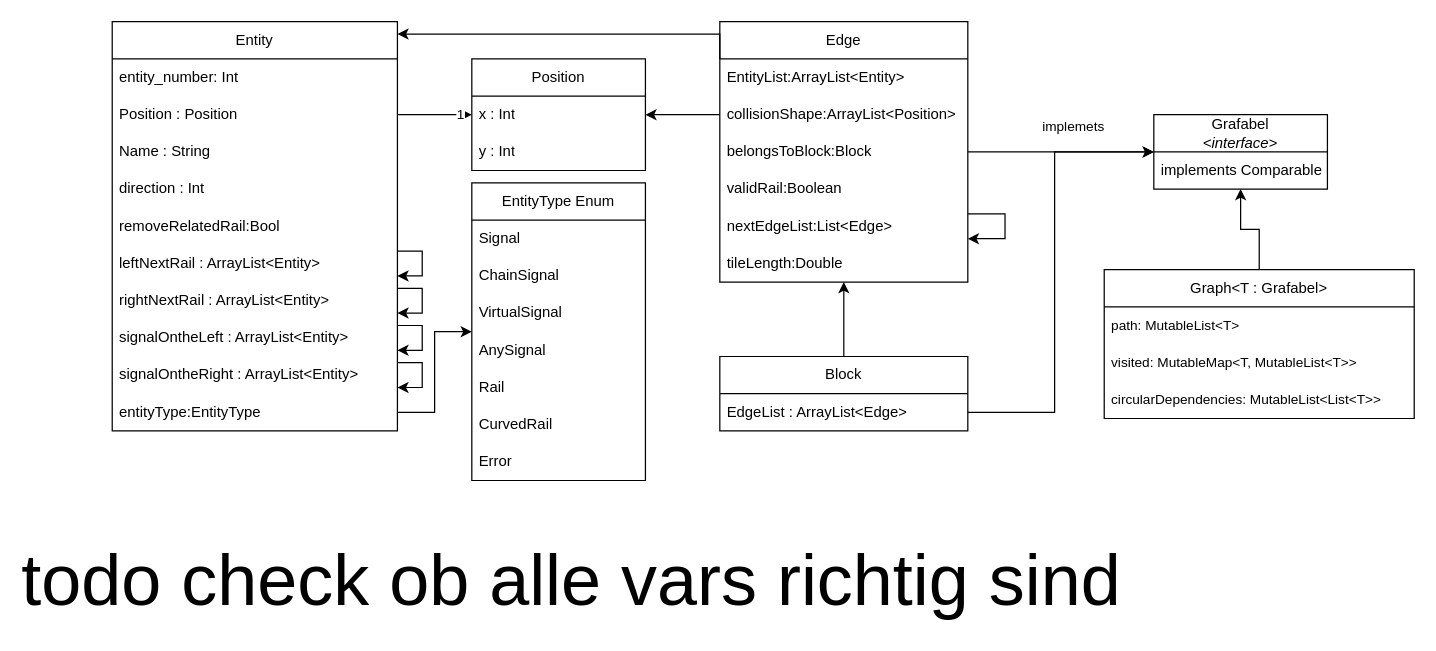
Earlier version of the draw.io diagram page "unsereDatenModel" (2 of 8) of src/main/factorioRailAnalyiserDiagrams.drawio (SanderForGodot/FactorioRailAnalyzer). Source tidied: cells renumbered, new cells numbered last; positions are measured from the earlier drawing's top-left corner, leaving out a move shared by most shapes. Both pictures are drawn from the tidied source at 124%, with x=0, y=0 at pixel (112, 21).
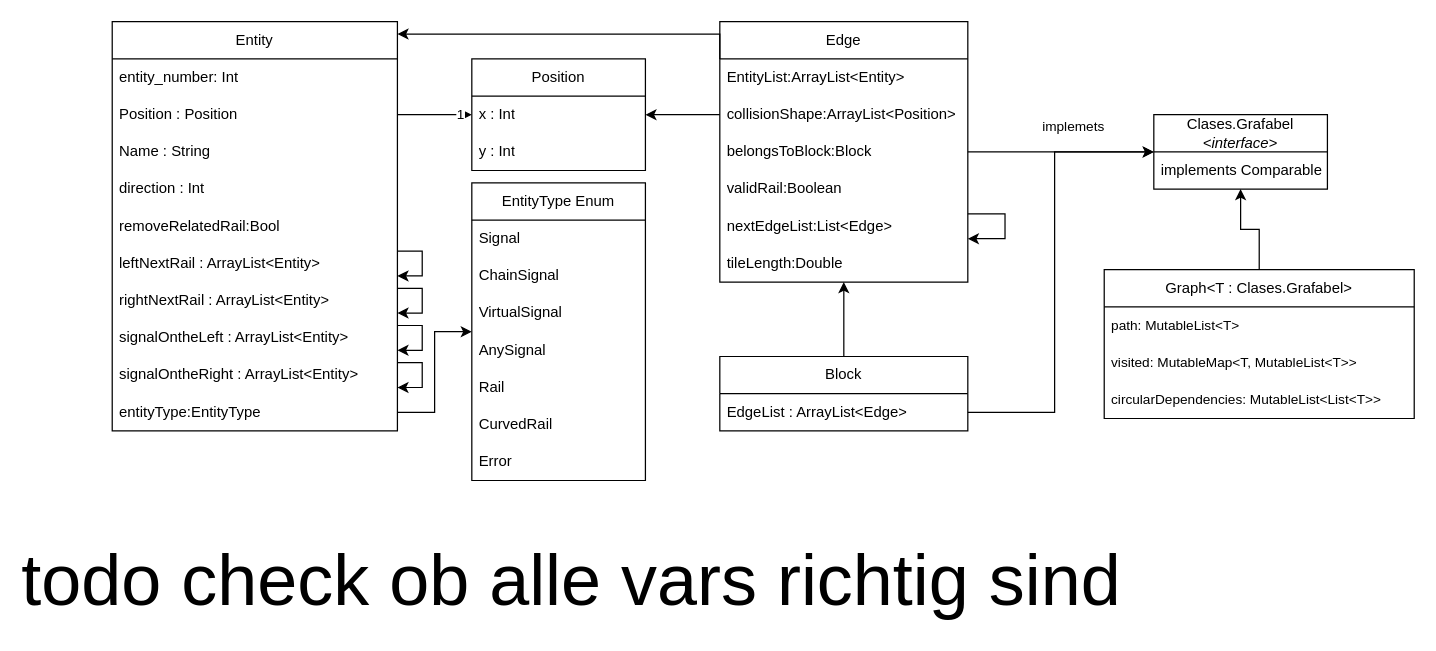
After the change.

What changed in the source:
```diff
@@
-    <mxCell id="45" value="&lt;div style=&quot;&quot;&gt;Grafabel&lt;/div&gt;&lt;div style=&quot;&quot;&gt;&lt;i&gt;&amp;lt;interface&amp;gt;&lt;/i&gt;&lt;/div&gt;" style="swimlane;fontStyle=0;horizontal=1;startSize=30;whiteSpace=wrap;html=1;" parent="1" vertex="1">
+    <mxCell id="45" value="&lt;div style=&quot;&quot;&gt;Clases.Grafabel&lt;/div&gt;&lt;div style=&quot;&quot;&gt;&lt;i&gt;&amp;lt;interface&amp;gt;&lt;/i&gt;&lt;/div&gt;" style="swimlane;fontStyle=0;horizontal=1;startSize=30;whiteSpace=wrap;html=1;" parent="1" vertex="1">
       <mxGeometry x="840" y="75" width="140" height="60" as="geometry" />
     </mxCell>
@@
-    <mxCell id="50" value="&lt;div style=&quot;&quot;&gt;Graph&amp;lt;T : Grafabel&amp;gt;&lt;/div&gt;" style="swimlane;fontStyle=0;horizontal=1;startSize=30;whiteSpace=wrap;html=1;" parent="1" vertex="1">
+    <mxCell id="50" value="&lt;div style=&quot;&quot;&gt;Graph&amp;lt;T : Clases.Grafabel&amp;gt;&lt;/div&gt;" style="swimlane;fontStyle=0;horizontal=1;startSize=30;whiteSpace=wrap;html=1;" parent="1" vertex="1">
       <mxGeometry x="800" y="200" width="250" height="120" as="geometry" />
     </mxCell>
```
